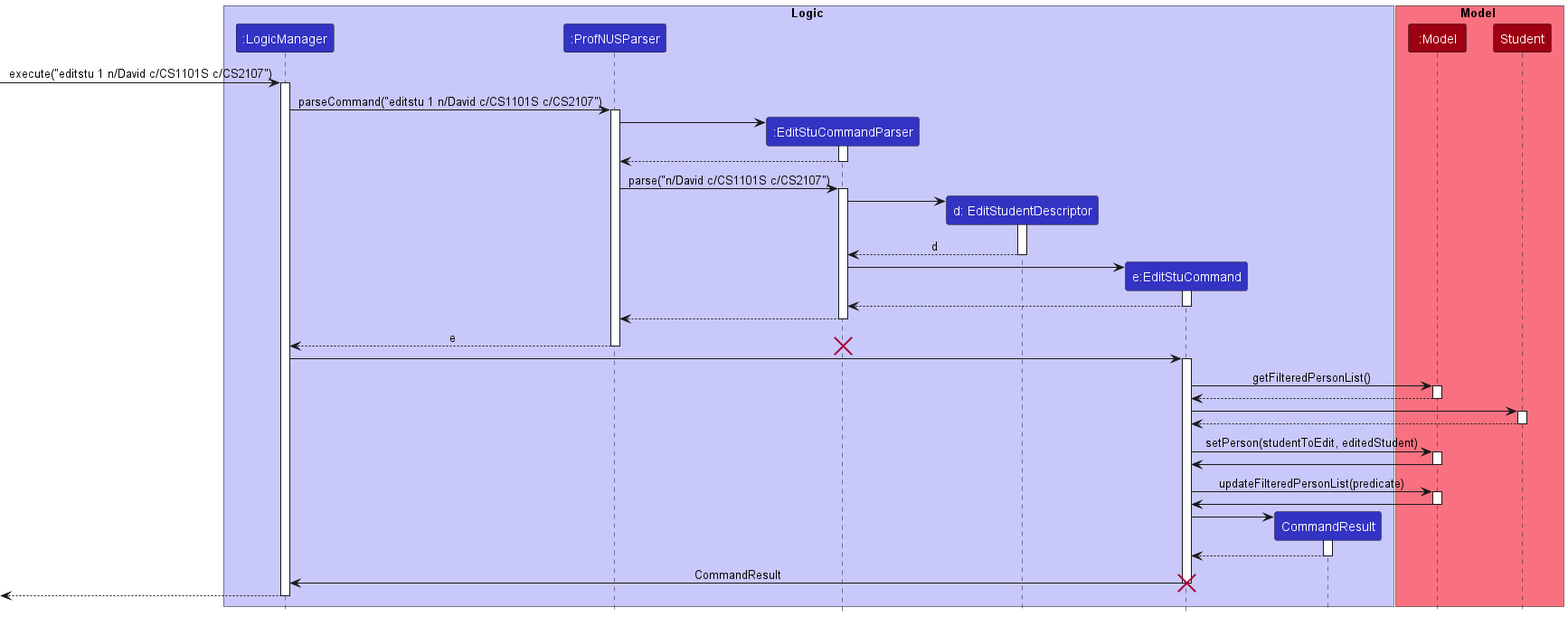
Before: docs/images/EditStuCommandSequenceDiagram.png, a diagram exported from PlantUML (nus-cs2103-AY2223S1/tp).
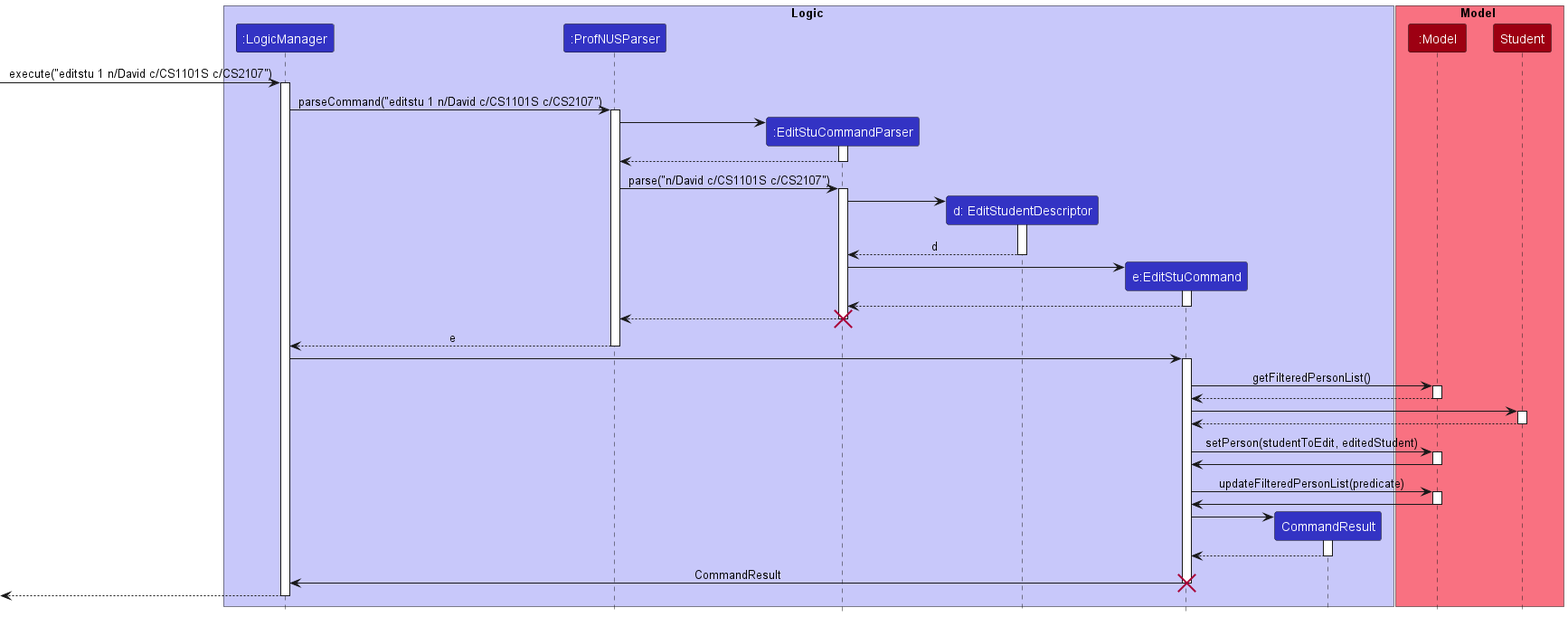
After the commit.

Diff of the diagram source:
```diff
@@ -47,10 +47,11 @@
 
 EditStuCommandParser --> ProfNUSParser
 deactivate EditStuCommandParser
+destroy EditStuCommandParser
 
 ProfNUSParser --> LogicManager: e
 deactivate ProfNUSParser
-destroy EditStuCommandParser
+
 
 LogicManager -> EditStuCommand
 activate EditStuCommand
```
